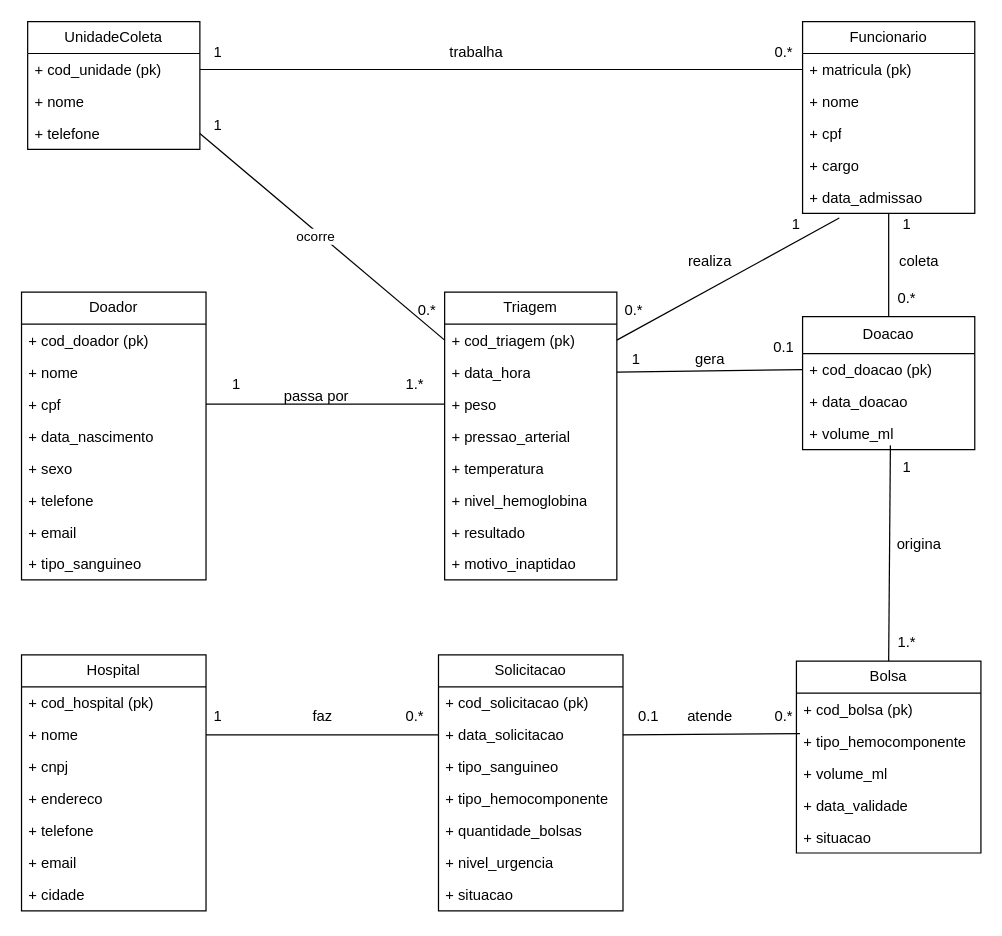
Above: docs/diagrama_uml.drawio in gabriel-victurino/a3_bd (draw.io), before the change. Source tidied: cells renumbered, new cells numbered last; positions are measured from the earlier drawing's top-left corner, leaving out a move shared by most shapes. Both pictures are drawn from the tidied source at 123%, with x=0, y=0 at pixel (21, 21).
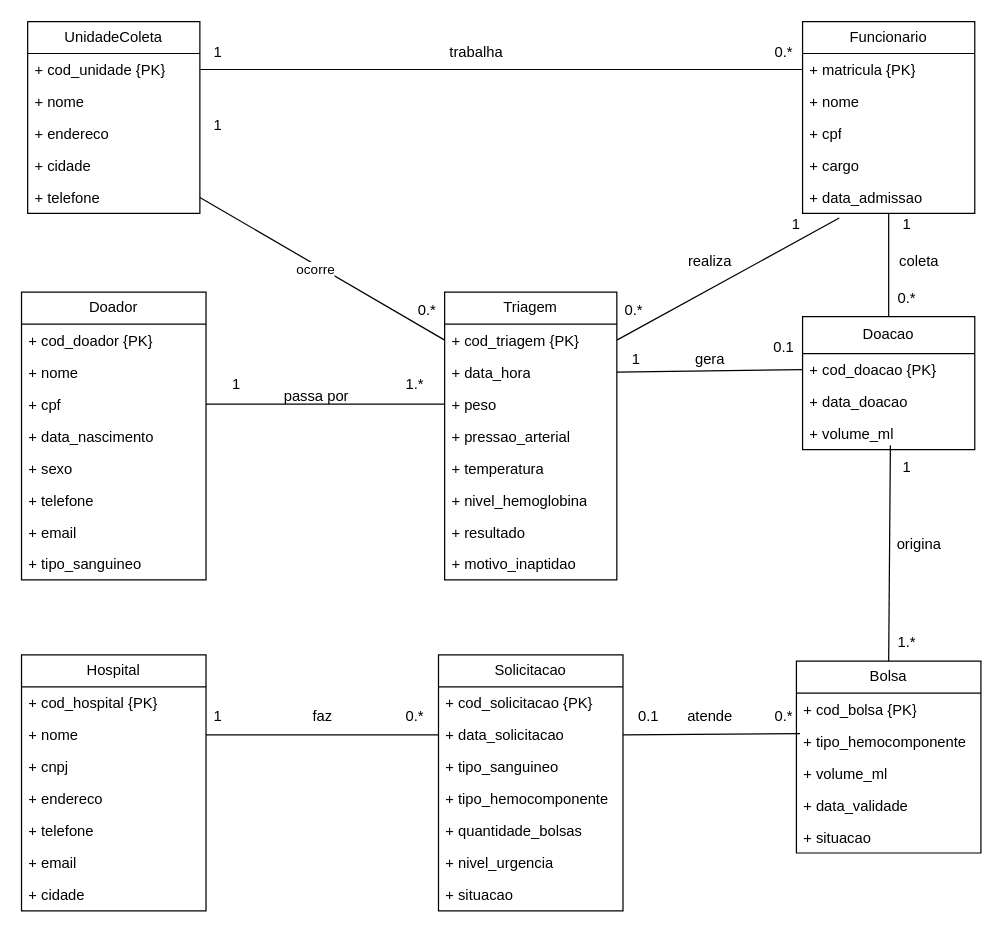
Above is the later version.

Commit message (it also covers changes not shown here):
fix: correção diagrama uml

Unchanged cells that the change refers to:
```xml
<mxCell id="6" value="Funcionario" style="swimlane;fontStyle=0;horizontal=1;startSize=26;fillColor=none;whiteSpace=wrap;html=1;" parent="1" vertex="1">
  <mxGeometry x="635" width="140" height="156" as="geometry" />
</mxCell>
<mxCell id="12" value="Triagem" style="swimlane;fontStyle=0;horizontal=1;startSize=26;fillColor=none;whiteSpace=wrap;html=1;" parent="1" vertex="1">
  <mxGeometry x="344" y="220" width="140" height="234" as="geometry" />
</mxCell>
<mxCell id="21" value="Doacao" style="swimlane;fontStyle=0;horizontal=1;startSize=30;fillColor=none;whiteSpace=wrap;html=1;" parent="1" vertex="1">
  <mxGeometry x="635" y="240" width="140" height="108" as="geometry" />
</mxCell>
<mxCell id="25" value="Bolsa" style="swimlane;fontStyle=0;horizontal=1;startSize=26;fillColor=none;whiteSpace=wrap;html=1;" parent="1" vertex="1">
  <mxGeometry x="630" y="520" width="150" height="156" as="geometry" />
</mxCell>
<mxCell id="31" value="Solicitacao" style="swimlane;fontStyle=0;horizontal=1;startSize=26;fillColor=none;whiteSpace=wrap;html=1;" parent="1" vertex="1">
  <mxGeometry x="339" y="515" width="150" height="208" as="geometry" />
</mxCell>
<mxCell id="39" value="Hospital" style="swimlane;fontStyle=0;horizontal=1;startSize=26;fillColor=none;whiteSpace=wrap;html=1;" parent="1" vertex="1">
  <mxGeometry y="515" width="150" height="208" as="geometry" />
</mxCell>
<mxCell id="47" value="Doador" style="swimlane;fontStyle=0;horizontal=1;startSize=26;fillColor=none;whiteSpace=wrap;html=1;" parent="1" vertex="1">
  <mxGeometry y="220" width="150" height="234" as="geometry" />
</mxCell>
```

The edit, as a diff of the source:
```diff
@@
     <mxCell id="2" value="UnidadeColeta" style="swimlane;fontStyle=0;horizontal=1;startSize=26;fillColor=none;whiteSpace=wrap;html=1;" parent="1" vertex="1">
-      <mxGeometry x="5" width="140" height="104" as="geometry" />
+      <mxGeometry x="5" width="140" height="156" as="geometry" />
     </mxCell>
-    <mxCell id="3" value="+ cod_unidade (pk)" style="text;strokeColor=none;fillColor=none;align=left;verticalAlign=top;spacingLeft=4;spacingRight=4;overflow=hidden;points=[[0,0.5],[1,0.5]];portConstraint=eastwest;whiteSpace=wrap;html=1;" parent="2" vertex="1">
+    <mxCell id="3" value="+ cod_unidade {PK}" style="text;strokeColor=none;fillColor=none;align=left;verticalAlign=top;spacingLeft=4;spacingRight=4;overflow=hidden;points=[[0,0.5],[1,0.5]];portConstraint=eastwest;whiteSpace=wrap;html=1;" parent="2" vertex="1">
       <mxGeometry y="26" width="140" height="26" as="geometry" />
     </mxCell>
@@
+    <mxCell id="92" value="+ endereco" style="text;strokeColor=none;fillColor=none;align=left;verticalAlign=top;spacingLeft=4;spacingRight=4;overflow=hidden;whiteSpace=wrap;html=1;" parent="2" vertex="1">
+      <mxGeometry y="78" width="140" height="26" as="geometry" />
+    </mxCell>
+    <mxCell id="93" value="+ cidade" style="text;strokeColor=none;fillColor=none;align=left;verticalAlign=top;spacingLeft=4;spacingRight=4;overflow=hidden;whiteSpace=wrap;html=1;" parent="2" vertex="1">
+      <mxGeometry y="104" width="140" height="26" as="geometry" />
+    </mxCell>
     <mxCell id="5" value="+ telefone" style="text;strokeColor=none;fillColor=none;align=left;verticalAlign=top;spacingLeft=4;spacingRight=4;overflow=hidden;points=[[0,0.5],[1,0.5]];portConstraint=eastwest;whiteSpace=wrap;html=1;" parent="2" vertex="1">
-      <mxGeometry y="78" width="140" height="26" as="geometry" />
+      <mxGeometry y="130" width="140" height="26" as="geometry" />
     </mxCell>
@@
-    <mxCell id="7" value="+ matricula (pk)" style="text;strokeColor=none;fillColor=none;align=left;verticalAlign=top;spacingLeft=4;spacingRight=4;overflow=hidden;points=[[0,0.5],[1,0.5]];portConstraint=eastwest;whiteSpace=wrap;html=1;" parent="6" vertex="1">
+    <mxCell id="7" value="+ matricula {PK}" style="text;strokeColor=none;fillColor=none;align=left;verticalAlign=top;spacingLeft=4;spacingRight=4;overflow=hidden;points=[[0,0.5],[1,0.5]];portConstraint=eastwest;whiteSpace=wrap;html=1;" parent="6" vertex="1">
       <mxGeometry y="26" width="140" height="26" as="geometry" />
     </mxCell>
@@
-    <mxCell id="13" value="+ cod_triagem (pk)" style="text;strokeColor=none;fillColor=none;align=left;verticalAlign=top;spacingLeft=4;spacingRight=4;overflow=hidden;points=[[0,0.5],[1,0.5]];portConstraint=eastwest;whiteSpace=wrap;html=1;" parent="12" vertex="1">
+    <mxCell id="13" value="+ cod_triagem {PK}" style="text;strokeColor=none;fillColor=none;align=left;verticalAlign=top;spacingLeft=4;spacingRight=4;overflow=hidden;points=[[0,0.5],[1,0.5]];portConstraint=eastwest;whiteSpace=wrap;html=1;" parent="12" vertex="1">
       <mxGeometry y="26" width="140" height="26" as="geometry" />
     </mxCell>
@@
-    <mxCell id="22" value="+ cod_doacao (pk)" style="text;strokeColor=none;fillColor=none;align=left;verticalAlign=top;spacingLeft=4;spacingRight=4;overflow=hidden;points=[[0,0.5],[1,0.5]];portConstraint=eastwest;whiteSpace=wrap;html=1;" parent="21" vertex="1">
+    <mxCell id="22" value="+ cod_doacao {PK}" style="text;strokeColor=none;fillColor=none;align=left;verticalAlign=top;spacingLeft=4;spacingRight=4;overflow=hidden;points=[[0,0.5],[1,0.5]];portConstraint=eastwest;whiteSpace=wrap;html=1;" parent="21" vertex="1">
       <mxGeometry y="30" width="140" height="26" as="geometry" />
     </mxCell>
@@
-    <mxCell id="26" value="+ cod_bolsa (pk)" style="text;strokeColor=none;fillColor=none;align=left;verticalAlign=top;spacingLeft=4;spacingRight=4;overflow=hidden;whiteSpace=wrap;html=1;" parent="25" vertex="1">
+    <mxCell id="26" value="+ cod_bolsa {PK}" style="text;strokeColor=none;fillColor=none;align=left;verticalAlign=top;spacingLeft=4;spacingRight=4;overflow=hidden;whiteSpace=wrap;html=1;" parent="25" vertex="1">
       <mxGeometry y="26" width="150" height="26" as="geometry" />
     </mxCell>
@@
-    <mxCell id="32" value="+ cod_solicitacao (pk)" style="text;strokeColor=none;fillColor=none;align=left;verticalAlign=top;spacingLeft=4;spacingRight=4;overflow=hidden;whiteSpace=wrap;html=1;" parent="31" vertex="1">
+    <mxCell id="32" value="+ cod_solicitacao {PK}" style="text;strokeColor=none;fillColor=none;align=left;verticalAlign=top;spacingLeft=4;spacingRight=4;overflow=hidden;whiteSpace=wrap;html=1;" parent="31" vertex="1">
       <mxGeometry y="26" width="150" height="26" as="geometry" />
     </mxCell>
@@
-    <mxCell id="40" value="+ cod_hospital (pk)" style="text;strokeColor=none;fillColor=none;align=left;verticalAlign=top;spacingLeft=4;spacingRight=4;overflow=hidden;whiteSpace=wrap;html=1;" parent="39" vertex="1">
+    <mxCell id="40" value="+ cod_hospital {PK}" style="text;strokeColor=none;fillColor=none;align=left;verticalAlign=top;spacingLeft=4;spacingRight=4;overflow=hidden;whiteSpace=wrap;html=1;" parent="39" vertex="1">
       <mxGeometry y="26" width="150" height="26" as="geometry" />
     </mxCell>
@@
-    <mxCell id="48" value="+ cod_doador (pk)" style="text;strokeColor=none;fillColor=none;align=left;verticalAlign=top;spacingLeft=4;spacingRight=4;overflow=hidden;whiteSpace=wrap;html=1;" parent="47" vertex="1">
+    <mxCell id="48" value="+ cod_doador {PK}" style="text;strokeColor=none;fillColor=none;align=left;verticalAlign=top;spacingLeft=4;spacingRight=4;overflow=hidden;whiteSpace=wrap;html=1;" parent="47" vertex="1">
       <mxGeometry y="26" width="150" height="26" as="geometry" />
     </mxCell>
```
